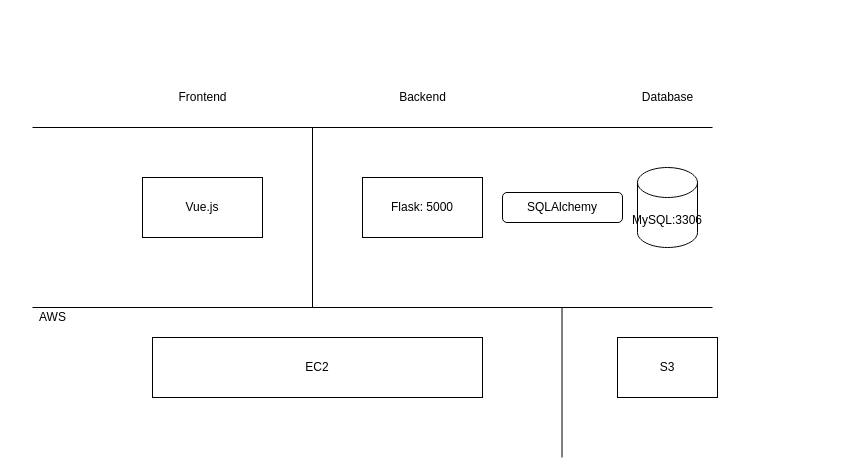
Earlier version of the draw.io diagram architecture diagram/influence_web_app.drawio (rgengyx/influencer_web_app). Source tidied: cells renumbered, new cells numbered last; positions are measured from the earlier drawing's top-left corner, leaving out a move shared by most shapes. Both pictures are drawn from the tidied source at 100%, with x=0, y=0 at pixel (32, 87).
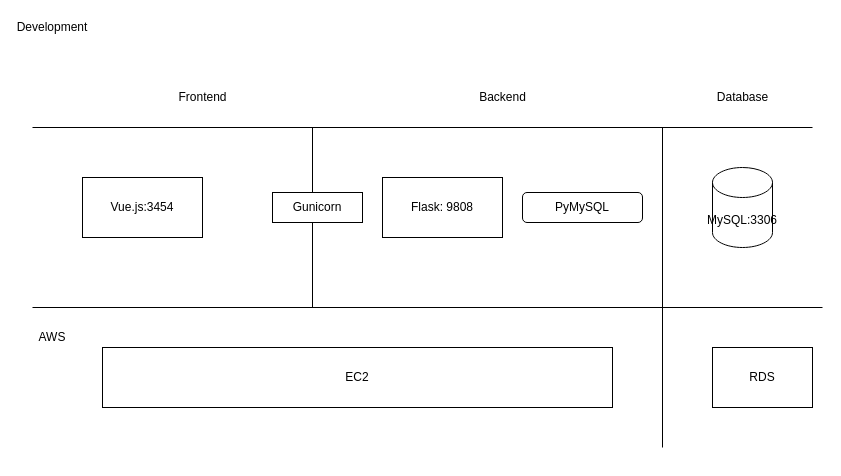
The same diagram, later.

Commit message (it also covers changes not shown here):
amend diagram

The edit, as a diff of the source:
```diff
@@
-    <mxCell id="2" value="Vue.js" style="rounded=0;whiteSpace=wrap;html=1;" parent="1" vertex="1">
-      <mxGeometry x="110" y="90" width="120" height="60" as="geometry" />
+    <mxCell id="2" value="Vue.js:3454" style="rounded=0;whiteSpace=wrap;html=1;" parent="1" vertex="1">
+      <mxGeometry x="50" y="90" width="120" height="60" as="geometry" />
     </mxCell>
@@
-    <mxCell id="4" value="Flask: 5000" style="rounded=0;whiteSpace=wrap;html=1;" parent="1" vertex="1">
-      <mxGeometry x="330" y="90" width="120" height="60" as="geometry" />
+    <mxCell id="4" value="Flask: 9808" style="rounded=0;whiteSpace=wrap;html=1;" parent="1" vertex="1">
+      <mxGeometry x="350" y="90" width="120" height="60" as="geometry" />
     </mxCell>
@@
     <mxCell id="6" value="Backend" style="text;html=1;align=center;verticalAlign=middle;" parent="1" vertex="1">
-      <mxGeometry x="360" width="60" height="20" as="geometry" />
+      <mxGeometry x="440" width="60" height="20" as="geometry" />
     </mxCell>
     <mxCell id="7" value="MySQL:3306" style="shape=cylinder3;whiteSpace=wrap;html=1;boundedLbl=1;backgroundOutline=1;size=15;" parent="1" vertex="1">
-      <mxGeometry x="605" y="80" width="60" height="80" as="geometry" />
+      <mxGeometry x="680" y="80" width="60" height="80" as="geometry" />
     </mxCell>
-    <mxCell id="8" style="endArrow=none;html=1;" parent="1" edge="1">
-      <mxGeometry relative="1" as="geometry">
-        <mxPoint y="220" as="sourcePoint" />
-        <mxPoint x="680" y="220" as="targetPoint" />
-      </mxGeometry>
-    </mxCell>
     <mxCell id="9" value="EC2" style="rounded=0;whiteSpace=wrap;html=1;" parent="1" vertex="1">
-      <mxGeometry x="120" y="250" width="330" height="60" as="geometry" />
+      <mxGeometry x="70" y="260" width="510" height="60" as="geometry" />
     </mxCell>
-    <mxCell id="10" value="S3" style="rounded=0;whiteSpace=wrap;html=1;" parent="1" vertex="1">
-      <mxGeometry x="585" y="250" width="100" height="60" as="geometry" />
+    <mxCell id="10" value="RDS" style="rounded=0;whiteSpace=wrap;html=1;" parent="1" vertex="1">
+      <mxGeometry x="680" y="260" width="100" height="60" as="geometry" />
     </mxCell>
     <mxCell id="11" style="endArrow=none;html=1;" parent="1" edge="1">
       <mxGeometry relative="1" as="geometry">
-        <mxPoint x="529.5" y="370" as="sourcePoint" />
-        <mxPoint x="529.5" y="220" as="targetPoint" />
+        <mxPoint x="630" y="360" as="sourcePoint" />
+        <mxPoint x="630" y="210" as="targetPoint" />
       </mxGeometry>
     </mxCell>
-    <mxCell id="12" value="AWS" style="text;html=1;align=center;verticalAlign=middle;" parent="1" vertex="1">
-      <mxGeometry y="220" width="40" height="20" as="geometry" />
-    </mxCell>
     <mxCell id="13" style="endArrow=none;html=1;" parent="1" edge="1">
       <mxGeometry relative="1" as="geometry">
         <mxPoint y="40" as="sourcePoint" />
-        <mxPoint x="680" y="40" as="targetPoint" />
+        <mxPoint x="780" y="40" as="targetPoint" />
       </mxGeometry>
     </mxCell>
     <mxCell id="14" value="Database" style="text;html=1;align=center;verticalAlign=middle;" parent="1" vertex="1">
-      <mxGeometry x="600" width="70" height="20" as="geometry" />
+      <mxGeometry x="675" width="70" height="20" as="geometry" />
     </mxCell>
-    <mxCell id="15" value="&lt;span&gt;SQLAlchemy&lt;/span&gt;" style="rounded=1;whiteSpace=wrap;html=1;" parent="1" vertex="1">
-      <mxGeometry x="470" y="105" width="120" height="30" as="geometry" />
+    <mxCell id="15" value="&lt;span&gt;PyMySQL&lt;/span&gt;" style="rounded=1;whiteSpace=wrap;html=1;" parent="1" vertex="1">
+      <mxGeometry x="490" y="105" width="120" height="30" as="geometry" />
     </mxCell>
+    <mxCell id="16" style="endArrow=none;html=1;" parent="1" edge="1">
+      <mxGeometry relative="1" as="geometry">
+        <mxPoint x="630" y="220" as="sourcePoint" />
+        <mxPoint x="630" y="40" as="targetPoint" />
+      </mxGeometry>
+    </mxCell>
+    <mxCell id="17" style="endArrow=none;html=1;" parent="1" edge="1">
+      <mxGeometry relative="1" as="geometry">
+        <mxPoint y="220" as="sourcePoint" />
+        <mxPoint x="790" y="220" as="targetPoint" />
+      </mxGeometry>
+    </mxCell>
+    <mxCell id="12" value="AWS" style="text;html=1;strokeColor=none;fillColor=none;align=center;verticalAlign=middle;whiteSpace=wrap;rounded=0;" parent="1" vertex="1">
+      <mxGeometry y="240" width="40" height="20" as="geometry" />
+    </mxCell>
+    <mxCell id="18" value="Gunicorn" style="rounded=0;whiteSpace=wrap;html=1;" parent="1" vertex="1">
+      <mxGeometry x="240" y="105" width="90" height="30" as="geometry" />
+    </mxCell>
+    <mxCell id="19" value="Development" style="text;html=1;strokeColor=none;fillColor=none;align=center;verticalAlign=middle;whiteSpace=wrap;rounded=0;" parent="1" vertex="1">
+      <mxGeometry y="-70" width="40" height="20" as="geometry" />
+    </mxCell>
```
